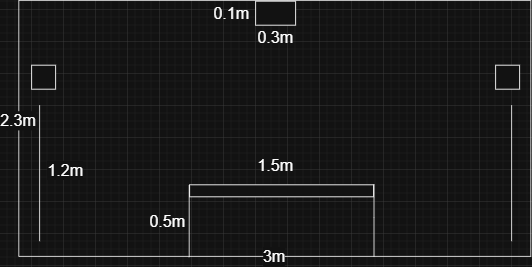
The draw.io diagram maquette/plan_implantation_vue3.drawio.png in tim-montmorency/momo_modele-site-projet-etudiant_25-26, before a commit. Source tidied: cells renumbered, new cells last; positions are measured from the earlier drawing's top-left corner, leaving out a move shared by most shapes. Its diagram source:
```xml
<mxGraphModel>
  <root>
    <mxCell id="0" />
    <mxCell id="1" parent="0" />
    <mxCell id="2" style="endArrow=none;html=1;rounded=0;" parent="1" edge="1">
      <mxGeometry relative="1" as="geometry">
        <mxPoint y="320" as="sourcePoint" />
        <mxPoint as="targetPoint" />
      </mxGeometry>
    </mxCell>
    <mxCell id="3" value="2.3m" style="edgeLabel;html=1;align=center;verticalAlign=middle;fontSize=20;" parent="2" vertex="1">
      <mxGeometry x="0.06" y="2" relative="1" as="geometry">
        <mxPoint y="-1" as="offset" />
      </mxGeometry>
    </mxCell>
    <mxCell id="4" style="endArrow=none;html=1;rounded=0;" parent="1" edge="1">
      <mxGeometry relative="1" as="geometry">
        <mxPoint x="640" y="320" as="sourcePoint" />
        <mxPoint x="640" as="targetPoint" />
      </mxGeometry>
    </mxCell>
    <mxCell id="5" style="endArrow=none;html=1;rounded=0;" parent="1" edge="1">
      <mxGeometry relative="1" as="geometry">
        <mxPoint as="sourcePoint" />
        <mxPoint x="640" as="targetPoint" />
      </mxGeometry>
    </mxCell>
    <mxCell id="6" style="endArrow=none;html=1;rounded=0;" parent="1" edge="1">
      <mxGeometry relative="1" as="geometry">
        <mxPoint y="320" as="sourcePoint" />
        <mxPoint x="640" y="320" as="targetPoint" />
      </mxGeometry>
    </mxCell>
    <mxCell id="7" value="3m" style="edgeLabel;html=1;align=center;verticalAlign=middle;fontSize=20;" parent="6" vertex="1">
      <mxGeometry y="1" relative="1" as="geometry" />
    </mxCell>
    <mxCell id="8" style="whiteSpace=wrap;html=1;" parent="1" vertex="1">
      <mxGeometry x="16" y="81" width="30" height="30" as="geometry" />
    </mxCell>
    <mxCell id="9" style="whiteSpace=wrap;html=1;" parent="1" vertex="1">
      <mxGeometry x="596" y="81" width="30" height="30" as="geometry" />
    </mxCell>
    <mxCell id="10" style="rounded=0;whiteSpace=wrap;html=1;direction=south;rotation=-90;" parent="1" vertex="1">
      <mxGeometry x="321" y="123" width="15" height="230" as="geometry" />
    </mxCell>
    <mxCell id="11" style="endArrow=none;html=1;rounded=0;" parent="1" edge="1">
      <mxGeometry relative="1" as="geometry">
        <mxPoint x="444" y="320" as="sourcePoint" />
        <mxPoint x="444" y="230" as="targetPoint" />
        <Array as="points">
          <mxPoint x="444" y="271" />
        </Array>
      </mxGeometry>
    </mxCell>
    <mxCell id="12" style="endArrow=none;html=1;rounded=0;" parent="1" edge="1">
      <mxGeometry relative="1" as="geometry">
        <mxPoint x="213" y="321" as="sourcePoint" />
        <mxPoint x="213" y="231" as="targetPoint" />
        <Array as="points">
          <mxPoint x="213" y="272" />
        </Array>
      </mxGeometry>
    </mxCell>
    <mxCell id="13" style="endArrow=none;html=1;rounded=0;" parent="1" edge="1">
      <mxGeometry relative="1" as="geometry">
        <mxPoint x="26" y="301" as="sourcePoint" />
        <mxPoint x="26" y="131" as="targetPoint" />
      </mxGeometry>
    </mxCell>
    <mxCell id="14" style="endArrow=none;html=1;rounded=0;" parent="1" edge="1">
      <mxGeometry relative="1" as="geometry">
        <mxPoint x="616" y="301" as="sourcePoint" />
        <mxPoint x="616" y="131" as="targetPoint" />
      </mxGeometry>
    </mxCell>
    <mxCell id="15" value="1.2m" style="edgeLabel;html=1;align=center;verticalAlign=middle;fontSize=20;" parent="1" vertex="1">
      <mxGeometry x="76" y="181" as="geometry">
        <mxPoint x="-19" y="30" as="offset" />
      </mxGeometry>
    </mxCell>
    <mxCell id="16" value="0.5m" style="text;html=1;whiteSpace=wrap;strokeColor=none;fillColor=none;align=center;verticalAlign=middle;rounded=0;fontSize=20;" parent="1" vertex="1">
      <mxGeometry x="156" y="261" width="60" height="30" as="geometry" />
    </mxCell>
    <mxCell id="17" value="1.5m" style="text;html=1;whiteSpace=wrap;strokeColor=none;fillColor=none;align=center;verticalAlign=middle;rounded=0;fontSize=20;" parent="1" vertex="1">
      <mxGeometry x="291" y="191" width="60" height="30" as="geometry" />
    </mxCell>
    <mxCell id="18" style="rounded=0;whiteSpace=wrap;html=1;" parent="1" vertex="1">
      <mxGeometry x="296" y="1" width="50" height="30" as="geometry" />
    </mxCell>
    <mxCell id="19" value="0.3m" style="text;html=1;whiteSpace=wrap;strokeColor=none;fillColor=none;align=center;verticalAlign=middle;rounded=0;fontSize=20;fontStyle=0;" parent="1" vertex="1">
      <mxGeometry x="291" y="31" width="60" height="30" as="geometry" />
    </mxCell>
    <mxCell id="20" value="0.1m" style="text;html=1;whiteSpace=wrap;strokeColor=none;fillColor=none;align=center;verticalAlign=middle;rounded=0;fontSize=20;" parent="1" vertex="1">
      <mxGeometry x="236" y="1" width="60" height="30" as="geometry" />
    </mxCell>
  </root>
</mxGraphModel>
```
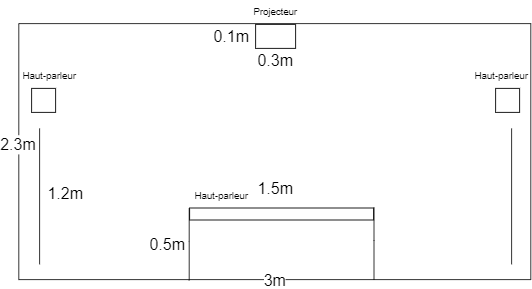
The same file after the commit.

Commit message:
modification-implantation

Change to the diagram source:
```diff
@@ -93,5 +93,17 @@
     <mxCell id="20" value="0.1m" style="text;html=1;whiteSpace=wrap;strokeColor=none;fillColor=none;align=center;verticalAlign=middle;rounded=0;fontSize=20;" parent="1" vertex="1">
       <mxGeometry x="236" y="1" width="60" height="30" as="geometry" />
     </mxCell>
+    <mxCell id="21" value="Projecteur" style="text;html=1;align=center;verticalAlign=middle;whiteSpace=wrap;rounded=0;" parent="1" vertex="1">
+      <mxGeometry x="291" y="-29" width="60" height="30" as="geometry" />
+    </mxCell>
+    <mxCell id="22" value="Haut-parleur" style="text;html=1;align=center;verticalAlign=middle;whiteSpace=wrap;rounded=0;" parent="1" vertex="1">
+      <mxGeometry x="1" y="51" width="75" height="30" as="geometry" />
+    </mxCell>
+    <mxCell id="23" value="Haut-parleur" style="text;html=1;align=center;verticalAlign=middle;whiteSpace=wrap;rounded=0;" parent="1" vertex="1">
+      <mxGeometry x="566" y="51" width="75" height="30" as="geometry" />
+    </mxCell>
+    <mxCell id="24" value="Haut-parleur" style="text;html=1;align=center;verticalAlign=middle;whiteSpace=wrap;rounded=0;" parent="1" vertex="1">
+      <mxGeometry x="216" y="201" width="75" height="30" as="geometry" />
+    </mxCell>
   </root>
 </mxGraphModel>
```
